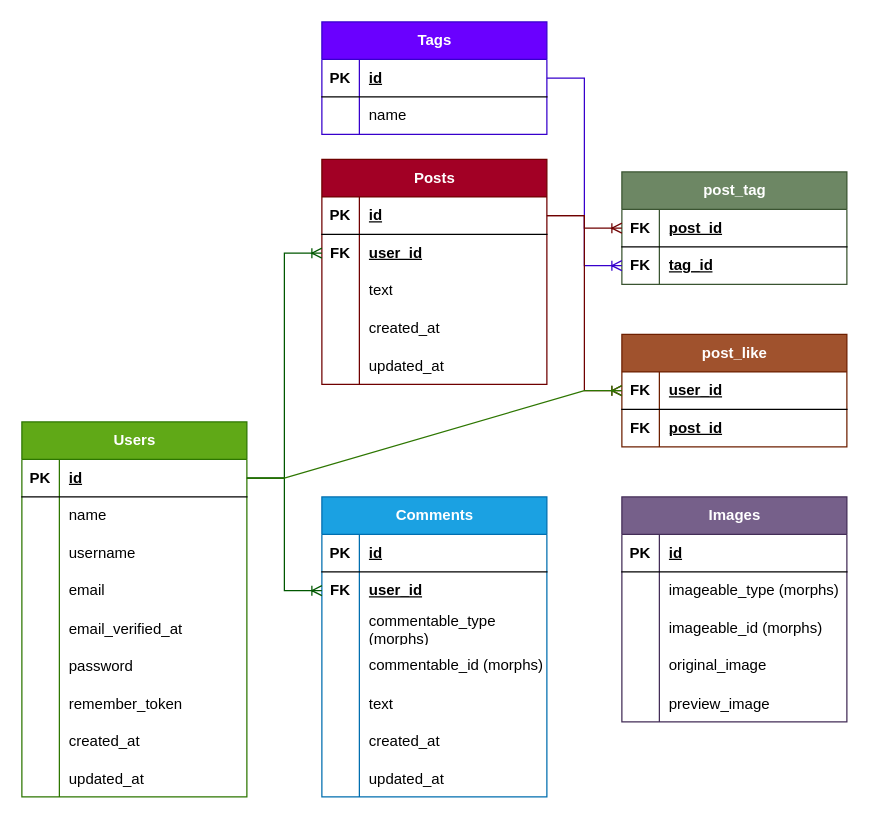
Earlier version of the draw.io diagram biru-posts.drawio (JorikDura/biru-posts). Source tidied: cells renumbered, new cells numbered last; positions are measured from the earlier drawing's top-left corner, leaving out a move shared by most shapes. Both pictures are drawn from the tidied source at 125%, with x=0, y=0 at pixel (21, 21).
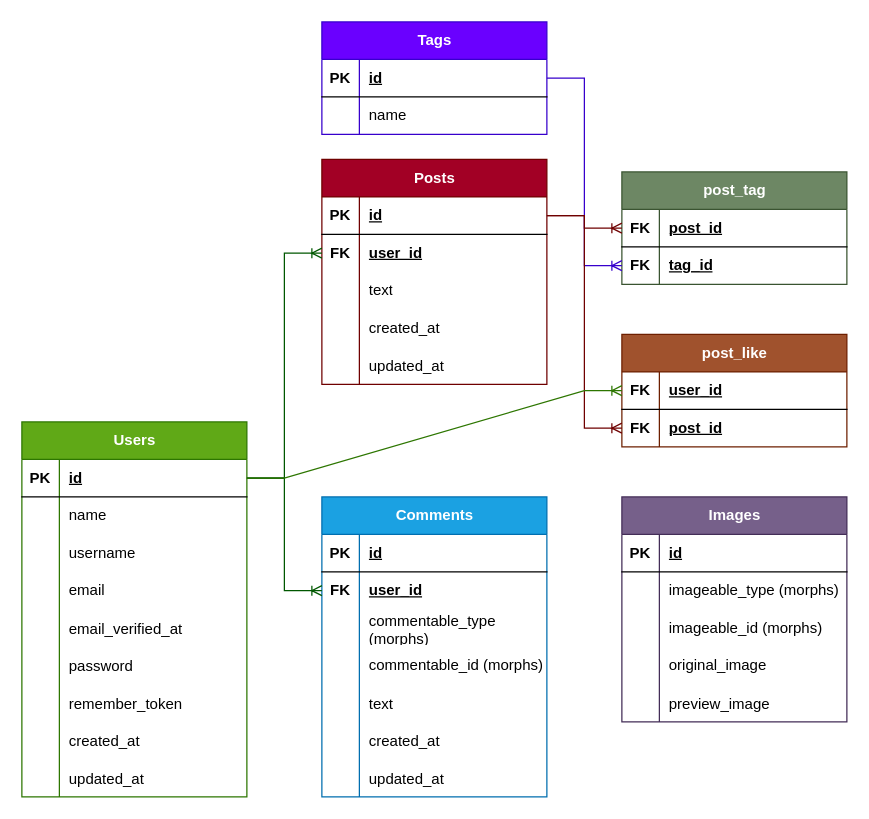
The same page after the edit.

The change refers to these unchanged cells:
```xml
<mxCell id="38" style="shape=tableRow;horizontal=0;startSize=0;swimlaneHead=0;swimlaneBody=0;fillColor=none;points=[[0,0.5],[1,0.5]];portConstraint=eastwest;top=0;left=0;right=0;bottom=1;" parent="37" vertex="1">
  <mxGeometry y="30" width="180" height="30" as="geometry" />
</mxCell>
<mxCell id="103" style="shape=tableRow;horizontal=0;startSize=0;swimlaneHead=0;swimlaneBody=0;fillColor=none;points=[[0,0.5],[1,0.5]];portConstraint=eastwest;top=0;left=0;right=0;bottom=1;" parent="102" vertex="1">
  <mxGeometry y="30" width="180" height="30" as="geometry" />
</mxCell>
<mxCell id="106" style="shape=tableRow;horizontal=0;startSize=0;swimlaneHead=0;swimlaneBody=0;fillColor=none;points=[[0,0.5],[1,0.5]];portConstraint=eastwest;top=0;left=0;right=0;bottom=0;" parent="102" vertex="1">
  <mxGeometry y="60" width="180" height="30" as="geometry" />
</mxCell>
```

What changed in the source:
```diff
@@
-    <mxCell id="109" style="edgeStyle=entityRelationEdgeStyle;fontSize=12;html=1;endArrow=ERoneToMany;rounded=0;exitX=1;exitY=0.5;exitDx=0;exitDy=0;entryX=0;entryY=0.5;entryDx=0;entryDy=0;fillColor=#a20025;strokeColor=#6F0000;" parent="1" edge="1" source="38" target="103">
+    <mxCell id="109" style="edgeStyle=entityRelationEdgeStyle;fontSize=12;html=1;endArrow=ERoneToMany;rounded=0;exitX=1;exitY=0.5;exitDx=0;exitDy=0;entryX=0;entryY=0.5;entryDx=0;entryDy=0;fillColor=#a20025;strokeColor=#6F0000;" parent="1" edge="1" source="38" target="106">
       <mxGeometry relative="1" as="geometry" />
     </mxCell>
```
